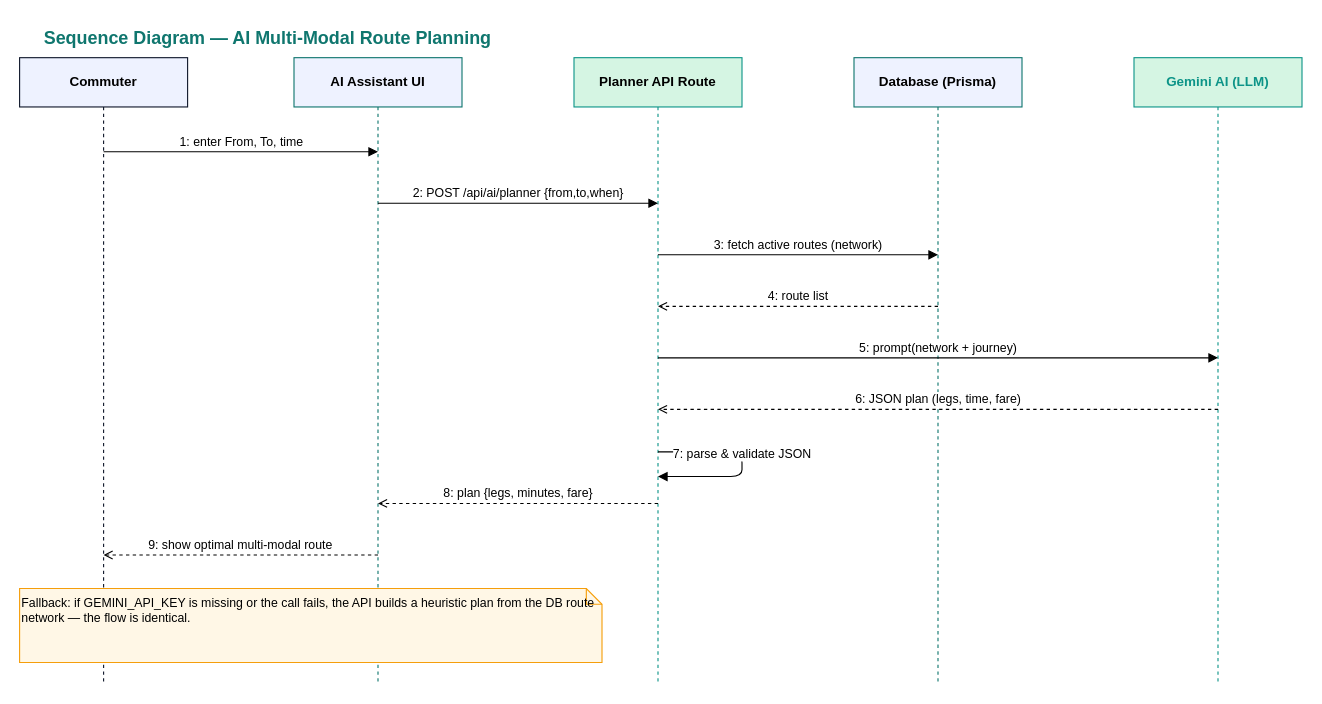
Earlier version of the draw.io diagram docs/sequence-routeplanner.drawio (Munem3/transit-ticketing-system). Source tidied: cells renumbered, new cells numbered last; positions are measured from the earlier drawing's top-left corner, leaving out a move shared by most shapes. Both pictures are drawn from the tidied source at 112%, with x=0, y=0 at pixel (19, 19).
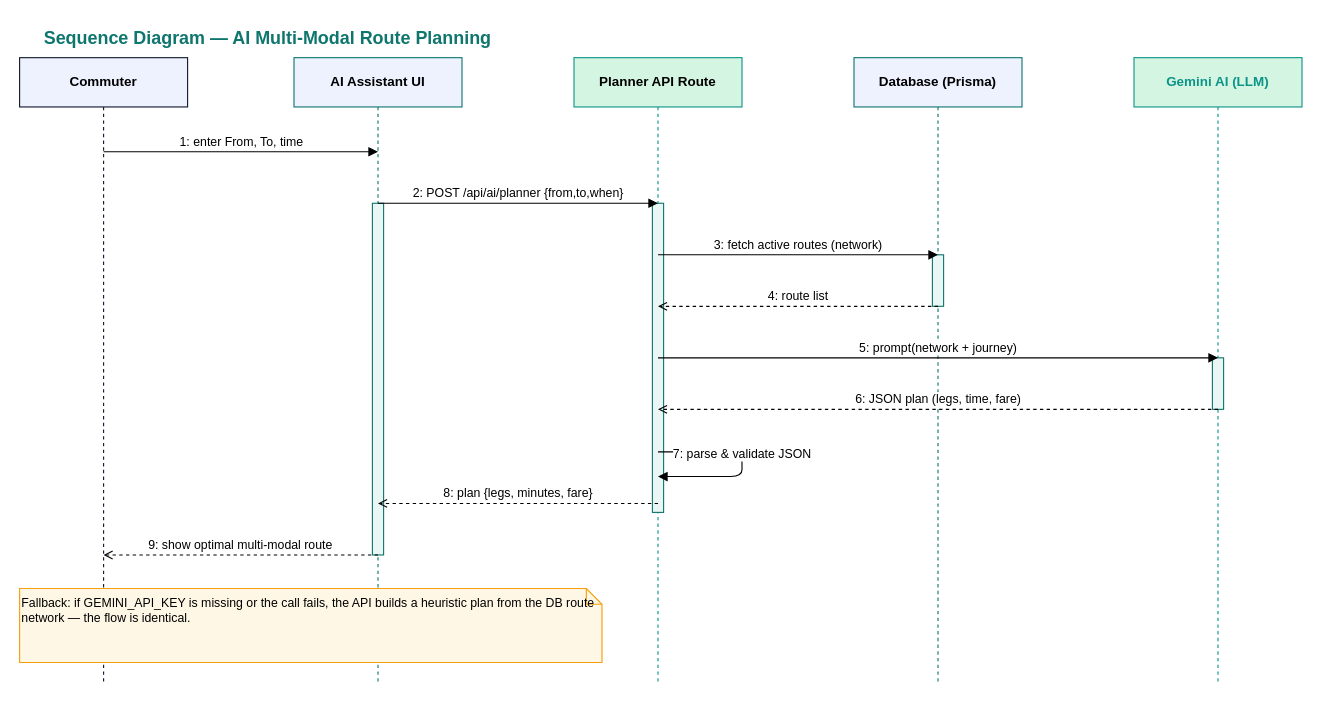
Above is the later version.

Commit message (it also covers changes not shown here):
Add activation bars to sequence diagrams; enrich class diagram (subclasses, QRTicket, AIService, GeminiAPI)

Diff of the diagram source:
```diff
@@
+    <mxCell id="18" style="rounded=0;html=1;fillColor=#EAF6F3;strokeColor=#0F766E;" parent="1" vertex="1">
+      <mxGeometry x="315" y="164" width="10" height="314" as="geometry" />
+    </mxCell>
+    <mxCell id="19" style="rounded=0;html=1;fillColor=#EAF6F3;strokeColor=#0F766E;" parent="1" vertex="1">
+      <mxGeometry x="565" y="164" width="10" height="276" as="geometry" />
+    </mxCell>
+    <mxCell id="20" style="rounded=0;html=1;fillColor=#EAF6F3;strokeColor=#0F766E;" parent="1" vertex="1">
+      <mxGeometry x="815" y="210" width="10" height="46" as="geometry" />
+    </mxCell>
+    <mxCell id="21" style="rounded=0;html=1;fillColor=#EAF6F3;strokeColor=#0F766E;" parent="1" vertex="1">
+      <mxGeometry x="1065" y="302" width="10" height="46" as="geometry" />
+    </mxCell>
```
